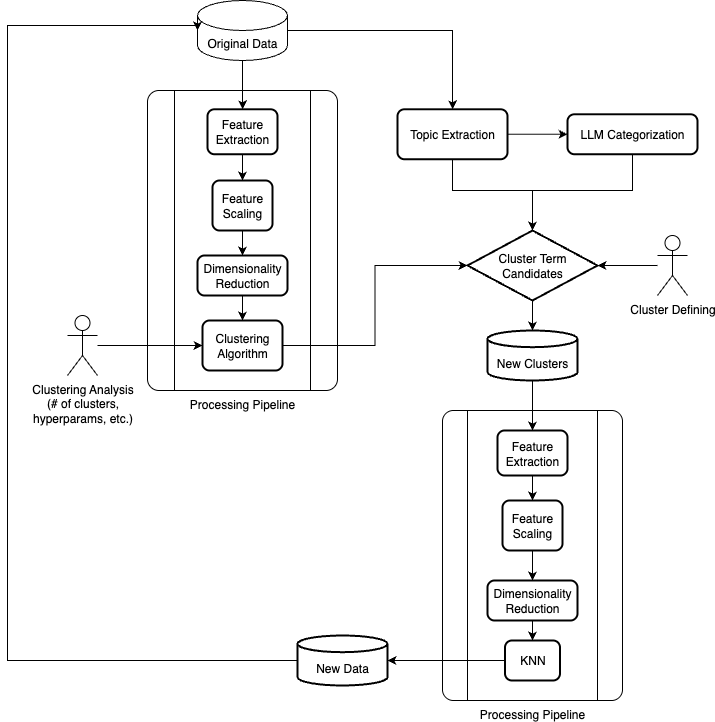
This is images/job_title_clustering_pipeline.png from wikenator/job_title_clustering, a draw.io export, as it was before one commit. Source tidied: cells renumbered, new cells last; positions are measured from the earlier drawing's top-left corner, leaving out a move shared by most shapes.
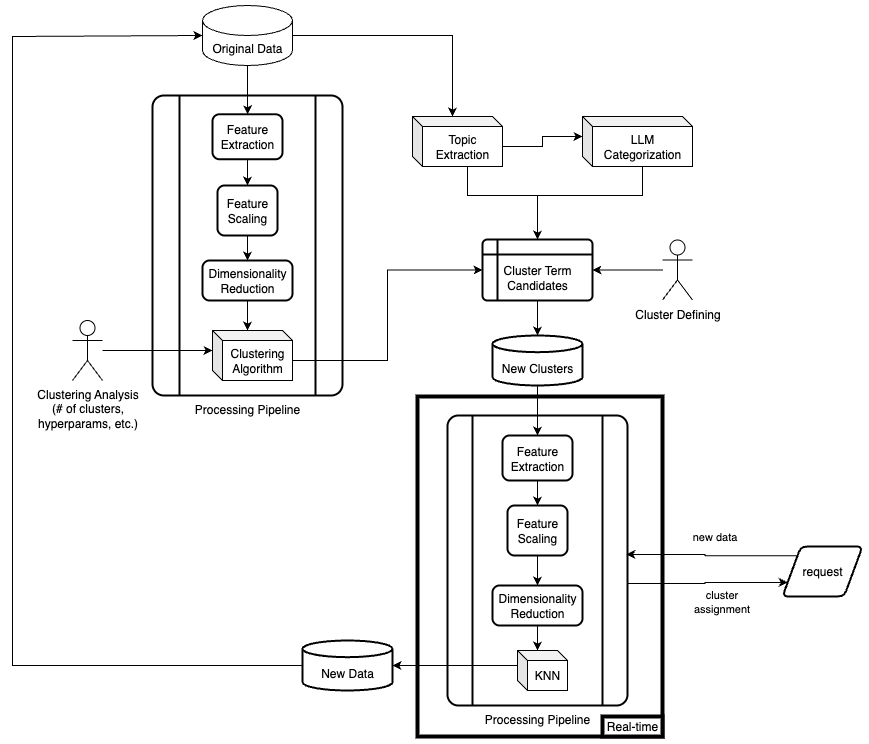
After the commit.

What changed in the source:
```diff
@@ -2,16 +2,19 @@
   <root>
     <mxCell id="0" />
     <mxCell id="1" parent="0" />
+    <mxCell id="38" style="rounded=0;whiteSpace=wrap;html=1;fillStyle=solid;fillColor=none;strokeWidth=4;" parent="1" vertex="1">
+      <mxGeometry x="405" y="391" width="245" height="340" as="geometry" />
+    </mxCell>
-    <mxCell id="2" value="Processing Pipeline" style="verticalLabelPosition=bottom;verticalAlign=top;html=1;shape=process;whiteSpace=wrap;rounded=1;size=0.14;arcSize=6;" parent="1" vertex="1">
+    <mxCell id="2" value="Processing Pipeline" style="verticalLabelPosition=bottom;verticalAlign=top;html=1;shape=process;whiteSpace=wrap;rounded=1;size=0.14;arcSize=6;strokeWidth=2;" parent="1" vertex="1">
       <mxGeometry x="435" y="410" width="180" height="290" as="geometry" />
     </mxCell>
-    <mxCell id="3" value="Processing Pipeline" style="verticalLabelPosition=bottom;verticalAlign=top;html=1;shape=process;whiteSpace=wrap;rounded=1;size=0.14;arcSize=6;" parent="1" vertex="1">
+    <mxCell id="3" value="Processing Pipeline" style="verticalLabelPosition=bottom;verticalAlign=top;html=1;shape=process;whiteSpace=wrap;rounded=1;size=0.14;arcSize=6;strokeWidth=2;" parent="1" vertex="1">
       <mxGeometry x="140" y="90" width="190" height="300" as="geometry" />
     </mxCell>
     <mxCell id="4" style="edgeStyle=orthogonalEdgeStyle;rounded=0;jettySize=auto;html=1;entryX=0.5;entryY=0;entryDx=0;entryDy=0;" parent="1" edge="1" source="6" target="8">
       <mxGeometry relative="1" as="geometry" />
     </mxCell>
-    <mxCell id="5" style="edgeStyle=orthogonalEdgeStyle;rounded=0;jettySize=auto;html=1;entryX=0.5;entryY=0;entryDx=0;entryDy=0;" parent="1" edge="1" source="6" target="17">
+    <mxCell id="5" style="edgeStyle=orthogonalEdgeStyle;rounded=0;jettySize=auto;html=1;entryX=0;entryY=0;entryDx=40;entryDy=0;entryPerimeter=0;" parent="1" edge="1" source="6" target="17">
       <mxGeometry relative="1" as="geometry" />
     </mxCell>
     <mxCell id="6" value="Original Data" style="shape=cylinder3;whiteSpace=wrap;html=1;boundedLbl=1;backgroundOutline=1;size=15;" parent="1" vertex="1">
@@ -29,40 +32,31 @@
     <mxCell id="10" value="Feature Scaling" style="rounded=1;whiteSpace=wrap;html=1;absoluteArcSize=1;arcSize=14;strokeWidth=2;" parent="1" vertex="1">
       <mxGeometry x="205" y="180" width="60" height="50" as="geometry" />
     </mxCell>
-    <mxCell id="11" style="edgeStyle=orthogonalEdgeStyle;rounded=0;jettySize=auto;html=1;entryX=0.5;entryY=0;entryDx=0;entryDy=0;" parent="1" edge="1" source="12" target="13">
+    <mxCell id="11" style="edgeStyle=orthogonalEdgeStyle;rounded=0;jettySize=auto;html=1;entryX=0;entryY=0;entryDx=35;entryDy=0;entryPerimeter=0;" parent="1" edge="1" source="12" target="13">
       <mxGeometry relative="1" as="geometry" />
     </mxCell>
     <mxCell id="12" value="Dimensionality Reduction" style="rounded=1;whiteSpace=wrap;html=1;absoluteArcSize=1;arcSize=14;strokeWidth=2;" parent="1" vertex="1">
       <mxGeometry x="190" y="255" width="90" height="40" as="geometry" />
     </mxCell>
-    <mxCell id="13" value="Clustering Algorithm" style="rounded=1;whiteSpace=wrap;html=1;absoluteArcSize=1;arcSize=14;strokeWidth=2;" parent="1" vertex="1">
-      <mxGeometry x="195" y="320" width="80" height="50" as="geometry" />
-    </mxCell>
-    <mxCell id="14" style="edgeStyle=orthogonalEdgeStyle;rounded=0;jettySize=auto;html=1;entryX=0;entryY=0.5;entryDx=0;entryDy=0;" parent="1" edge="1" source="15" target="13">
+    <mxCell id="14" style="edgeStyle=orthogonalEdgeStyle;rounded=0;jettySize=auto;html=1;entryX=0;entryY=0;entryDx=0;entryDy=20;entryPerimeter=0;" parent="1" edge="1" source="15" target="13">
       <mxGeometry relative="1" as="geometry" />
     </mxCell>
     <mxCell id="15" value="Clustering Analysis&lt;div&gt;(# of clusters,&lt;/div&gt;&lt;div&gt;hyperparams, etc.)&lt;/div&gt;" style="shape=umlActor;verticalLabelPosition=bottom;verticalAlign=top;html=1;outlineConnect=0;" parent="1" vertex="1">
       <mxGeometry x="60" y="315" width="30" height="60" as="geometry" />
     </mxCell>
-    <mxCell id="16" style="edgeStyle=orthogonalEdgeStyle;rounded=0;jettySize=auto;html=1;entryX=0;entryY=0.5;entryDx=0;entryDy=0;" parent="1" edge="1" source="17" target="19">
+    <mxCell id="16" style="edgeStyle=orthogonalEdgeStyle;rounded=0;jettySize=auto;html=1;entryX=0;entryY=0;entryDx=0;entryDy=20;exitX=0;exitY=0;exitDx=90;exitDy=30;exitPerimeter=0;entryPerimeter=0;" parent="1" edge="1" source="17" target="19">
       <mxGeometry relative="1" as="geometry" />
     </mxCell>
-    <mxCell id="17" value="Topic Extraction" style="rounded=1;whiteSpace=wrap;html=1;absoluteArcSize=1;arcSize=14;strokeWidth=2;" parent="1" vertex="1">
-      <mxGeometry x="390" y="108.8" width="110" height="50" as="geometry" />
-    </mxCell>
-    <mxCell id="18" style="edgeStyle=orthogonalEdgeStyle;rounded=0;jettySize=auto;html=1;entryX=0.5;entryY=0;entryDx=0;entryDy=0;entryPerimeter=0;exitX=0.5;exitY=1;exitDx=0;exitDy=0;" parent="1" edge="1" source="19" target="30">
+    <mxCell id="18" style="edgeStyle=orthogonalEdgeStyle;rounded=0;jettySize=auto;html=1;entryX=0.5;entryY=0;entryDx=0;entryDy=0;exitX=0;exitY=0;exitDx=60;exitDy=50;exitPerimeter=0;" parent="1" edge="1" source="19" target="30">
       <mxGeometry relative="1" as="geometry">
         <Array as="points">
-          <mxPoint x="625" y="190" />
+          <mxPoint x="630" y="190" />
           <mxPoint x="525" y="190" />
         </Array>
       </mxGeometry>
     </mxCell>
-    <mxCell id="19" value="LLM Categorization" style="rounded=1;whiteSpace=wrap;html=1;absoluteArcSize=1;arcSize=14;strokeWidth=2;" parent="1" vertex="1">
-      <mxGeometry x="560" y="113.8" width="130" height="40" as="geometry" />
-    </mxCell>
     <mxCell id="20" value="Cluster Defining" style="shape=umlActor;verticalLabelPosition=bottom;verticalAlign=top;html=1;outlineConnect=0;" parent="1" vertex="1">
-      <mxGeometry x="650" y="235" width="30" height="60" as="geometry" />
+      <mxGeometry x="650" y="234.5" width="30" height="60" as="geometry" />
     </mxCell>
     <mxCell id="21" style="edgeStyle=orthogonalEdgeStyle;rounded=0;jettySize=auto;html=1;entryX=0.5;entryY=0;entryDx=0;entryDy=0;" parent="1" edge="1" source="22" target="24">
       <mxGeometry relative="1" as="geometry" />
@@ -76,47 +70,41 @@
     <mxCell id="24" value="Feature Scaling" style="rounded=1;whiteSpace=wrap;html=1;absoluteArcSize=1;arcSize=14;strokeWidth=2;" parent="1" vertex="1">
       <mxGeometry x="495" y="500" width="60" height="50" as="geometry" />
     </mxCell>
-    <mxCell id="25" style="edgeStyle=orthogonalEdgeStyle;rounded=0;jettySize=auto;html=1;entryX=0.5;entryY=0;entryDx=0;entryDy=0;" parent="1" edge="1" source="26" target="27">
+    <mxCell id="25" style="edgeStyle=orthogonalEdgeStyle;rounded=0;jettySize=auto;html=1;entryX=0;entryY=0;entryDx=20;entryDy=0;entryPerimeter=0;" parent="1" edge="1" source="26" target="27">
       <mxGeometry relative="1" as="geometry" />
     </mxCell>
     <mxCell id="26" value="Dimensionality Reduction" style="rounded=1;whiteSpace=wrap;html=1;absoluteArcSize=1;arcSize=14;strokeWidth=2;" parent="1" vertex="1">
       <mxGeometry x="480" y="580" width="90" height="40" as="geometry" />
     </mxCell>
-    <mxCell id="27" value="KNN" style="rounded=1;whiteSpace=wrap;html=1;absoluteArcSize=1;arcSize=14;strokeWidth=2;" parent="1" vertex="1">
-      <mxGeometry x="497.5" y="640" width="55" height="40" as="geometry" />
-    </mxCell>
     <mxCell id="28" value="&lt;div&gt;&lt;br&gt;&lt;/div&gt;New Data" style="strokeWidth=2;html=1;shape=mxgraph.flowchart.database;whiteSpace=wrap;" parent="1" vertex="1">
       <mxGeometry x="290" y="635" width="90" height="50" as="geometry" />
     </mxCell>
-    <mxCell id="29" style="edgeStyle=orthogonalEdgeStyle;rounded=0;jettySize=auto;html=1;entryX=0.5;entryY=0;entryDx=0;entryDy=0;entryPerimeter=0;" parent="1" edge="1" source="30" target="37">
+    <mxCell id="29" style="edgeStyle=orthogonalEdgeStyle;rounded=0;jettySize=auto;html=1;entryX=0.5;entryY=0;entryDx=0;entryDy=0;entryPerimeter=0;exitX=0.5;exitY=1;exitDx=0;exitDy=0;" parent="1" edge="1" source="30" target="37">
       <mxGeometry relative="1" as="geometry" />
     </mxCell>
-    <mxCell id="30" value="Cluster Term Candidates" style="strokeWidth=2;html=1;shape=mxgraph.flowchart.decision;whiteSpace=wrap;" parent="1" vertex="1">
-      <mxGeometry x="460" y="230" width="130" height="70" as="geometry" />
-    </mxCell>
-    <mxCell id="31" style="edgeStyle=orthogonalEdgeStyle;rounded=0;jettySize=auto;html=1;entryX=0.5;entryY=0;entryDx=0;entryDy=0;entryPerimeter=0;" parent="1" edge="1" source="17" target="30">
+    <mxCell id="31" style="edgeStyle=orthogonalEdgeStyle;rounded=0;jettySize=auto;html=1;entryX=0.5;entryY=0;entryDx=0;entryDy=0;exitX=0;exitY=0;exitDx=50;exitDy=50;exitPerimeter=0;" parent="1" edge="1" source="17" target="30">
       <mxGeometry relative="1" as="geometry">
         <Array as="points">
-          <mxPoint x="445" y="190" />
+          <mxPoint x="455" y="190" />
           <mxPoint x="525" y="190" />
         </Array>
       </mxGeometry>
     </mxCell>
-    <mxCell id="32" style="edgeStyle=orthogonalEdgeStyle;rounded=0;jettySize=auto;html=1;entryX=1;entryY=0.5;entryDx=0;entryDy=0;entryPerimeter=0;" parent="1" edge="1" source="20" target="30">
+    <mxCell id="32" style="edgeStyle=orthogonalEdgeStyle;rounded=0;jettySize=auto;html=1;entryX=1;entryY=0.5;entryDx=0;entryDy=0;" parent="1" edge="1" source="20" target="30">
       <mxGeometry relative="1" as="geometry" />
     </mxCell>
-    <mxCell id="33" style="edgeStyle=orthogonalEdgeStyle;rounded=0;jettySize=auto;html=1;entryX=0;entryY=0.5;entryDx=0;entryDy=0;entryPerimeter=0;" parent="1" edge="1" source="13" target="30">
+    <mxCell id="33" style="edgeStyle=orthogonalEdgeStyle;rounded=0;jettySize=auto;html=1;entryX=0;entryY=0.5;entryDx=0;entryDy=0;exitX=0;exitY=0;exitDx=80;exitDy=30;exitPerimeter=0;" parent="1" edge="1" source="13" target="30">
       <mxGeometry relative="1" as="geometry" />
     </mxCell>
     <mxCell id="34" style="edgeStyle=orthogonalEdgeStyle;rounded=0;jettySize=auto;html=1;entryX=0;entryY=0.5;entryDx=0;entryDy=0;entryPerimeter=0;" parent="1" edge="1" source="28" target="6">
       <mxGeometry relative="1" as="geometry">
         <Array as="points">
           <mxPoint y="660" />
-          <mxPoint y="25" />
+          <mxPoint y="31" />
         </Array>
       </mxGeometry>
     </mxCell>
-    <mxCell id="35" style="edgeStyle=orthogonalEdgeStyle;rounded=0;jettySize=auto;html=1;entryX=1;entryY=0.5;entryDx=0;entryDy=0;entryPerimeter=0;" parent="1" edge="1" source="27" target="28">
+    <mxCell id="35" style="edgeStyle=orthogonalEdgeStyle;rounded=0;jettySize=auto;html=1;entryX=1;entryY=0.5;entryDx=0;entryDy=0;entryPerimeter=0;exitX=0;exitY=0;exitDx=0;exitDy=15;exitPerimeter=0;" parent="1" edge="1" source="27" target="28">
       <mxGeometry relative="1" as="geometry" />
     </mxCell>
     <mxCell id="36" style="edgeStyle=orthogonalEdgeStyle;rounded=0;jettySize=auto;html=1;" parent="1" edge="1" source="37" target="22">
@@ -125,5 +113,42 @@
     <mxCell id="37" value="&lt;div&gt;&lt;br&gt;&lt;/div&gt;New Clusters" style="strokeWidth=2;html=1;shape=mxgraph.flowchart.database;whiteSpace=wrap;" parent="1" vertex="1">
       <mxGeometry x="480" y="330" width="90" height="50" as="geometry" />
     </mxCell>
+    <mxCell id="30" value="&lt;div&gt;&lt;br&gt;&lt;/div&gt;Cluster Term Candidates" style="shape=internalStorage;whiteSpace=wrap;html=1;dx=15;dy=15;rounded=1;arcSize=8;strokeWidth=2;" parent="1" vertex="1">
+      <mxGeometry x="470" y="234" width="110" height="61" as="geometry" />
+    </mxCell>
+    <mxCell id="27" value="KNN" style="shape=cube;whiteSpace=wrap;html=1;boundedLbl=1;backgroundOutline=1;darkOpacity=0.05;darkOpacity2=0.1;size=10;" parent="1" vertex="1">
+      <mxGeometry x="505" y="645" width="50" height="40" as="geometry" />
+    </mxCell>
+    <mxCell id="13" value="Clustering&lt;div&gt;Algorithm&lt;/div&gt;" style="shape=cube;whiteSpace=wrap;html=1;boundedLbl=1;backgroundOutline=1;darkOpacity=0.05;darkOpacity2=0.1;size=10;" parent="1" vertex="1">
+      <mxGeometry x="200" y="325" width="80" height="50" as="geometry" />
+    </mxCell>
+    <mxCell id="17" value="Topic&lt;div&gt;Extraction&lt;/div&gt;" style="shape=cube;whiteSpace=wrap;html=1;boundedLbl=1;backgroundOutline=1;darkOpacity=0.05;darkOpacity2=0.1;size=10;" parent="1" vertex="1">
+      <mxGeometry x="400" y="111" width="90" height="50" as="geometry" />
+    </mxCell>
+    <mxCell id="19" value="LLM&lt;div&gt;Categorization&lt;/div&gt;" style="shape=cube;whiteSpace=wrap;html=1;boundedLbl=1;backgroundOutline=1;darkOpacity=0.05;darkOpacity2=0.1;size=10;" parent="1" vertex="1">
+      <mxGeometry x="570" y="111" width="110" height="50" as="geometry" />
+    </mxCell>
+    <mxCell id="39" value="Real-time" style="rounded=0;whiteSpace=wrap;html=1;strokeWidth=4;" parent="1" vertex="1">
+      <mxGeometry x="590" y="711" width="60" height="20" as="geometry" />
+    </mxCell>
+    <mxCell id="40" style="edgeStyle=orthogonalEdgeStyle;rounded=0;jettySize=auto;html=1;entryX=0.994;entryY=0.479;entryDx=0;entryDy=0;entryPerimeter=0;exitX=0;exitY=0;exitDx=0;exitDy=0;" parent="1" edge="1" source="44" target="2">
+      <mxGeometry relative="1" as="geometry" />
+    </mxCell>
+    <mxCell id="41" value="new data" style="edgeLabel;html=1;align=center;verticalAlign=middle;" parent="40" vertex="1">
+      <mxGeometry x="0.26" y="1" relative="1" as="geometry">
+        <mxPoint x="23" y="-19" as="offset" />
+      </mxGeometry>
+    </mxCell>
+    <mxCell id="42" style="edgeStyle=orthogonalEdgeStyle;rounded=0;jettySize=auto;html=1;entryX=0;entryY=0.75;entryDx=0;entryDy=0;exitX=1;exitY=0.579;exitDx=0;exitDy=0;exitPerimeter=0;" parent="1" edge="1" source="2" target="44">
+      <mxGeometry relative="1" as="geometry" />
+    </mxCell>
+    <mxCell id="43" value="cluster&lt;div&gt;assignment&lt;/div&gt;" style="edgeLabel;html=1;align=center;verticalAlign=middle;" parent="42" vertex="1">
+      <mxGeometry x="-0.01" y="1" relative="1" as="geometry">
+        <mxPoint x="15" y="20" as="offset" />
+      </mxGeometry>
+    </mxCell>
+    <mxCell id="44" value="request" style="shape=parallelogram;html=1;strokeWidth=2;perimeter=parallelogramPerimeter;whiteSpace=wrap;rounded=1;arcSize=12;size=0.23;" parent="1" vertex="1">
+      <mxGeometry x="770" y="541" width="80" height="50" as="geometry" />
+    </mxCell>
   </root>
 </mxGraphModel>
```
